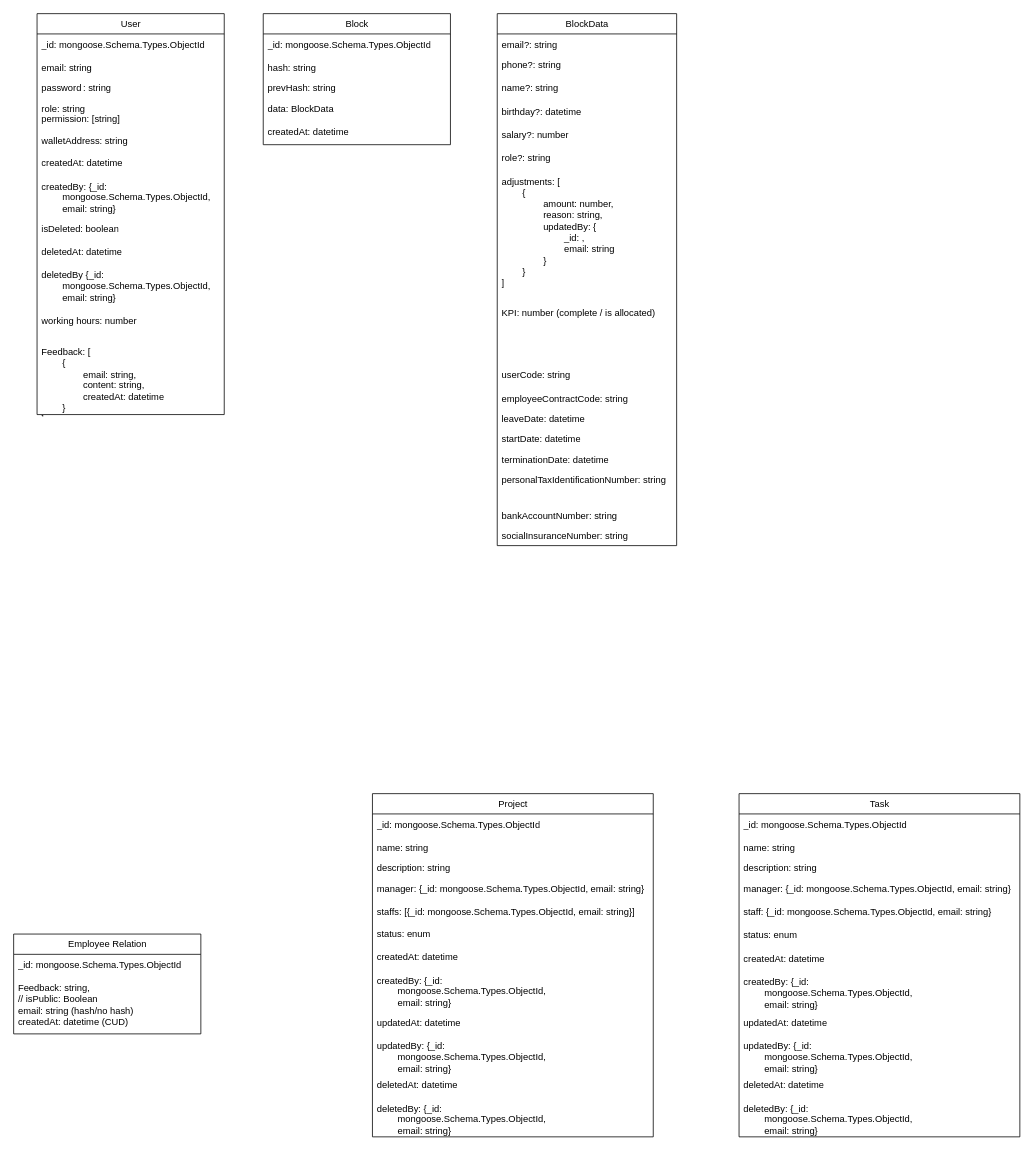
Before: Models/database-model.drawio in trandinh0506/CoreChainServer, a draw.io diagram. Source tidied: cells renumbered, new cells numbered last; positions are measured from the earlier drawing's top-left corner, leaving out a move shared by most shapes. Both pictures are drawn from the tidied source at 78%, with x=0, y=0 at pixel (13, 13).
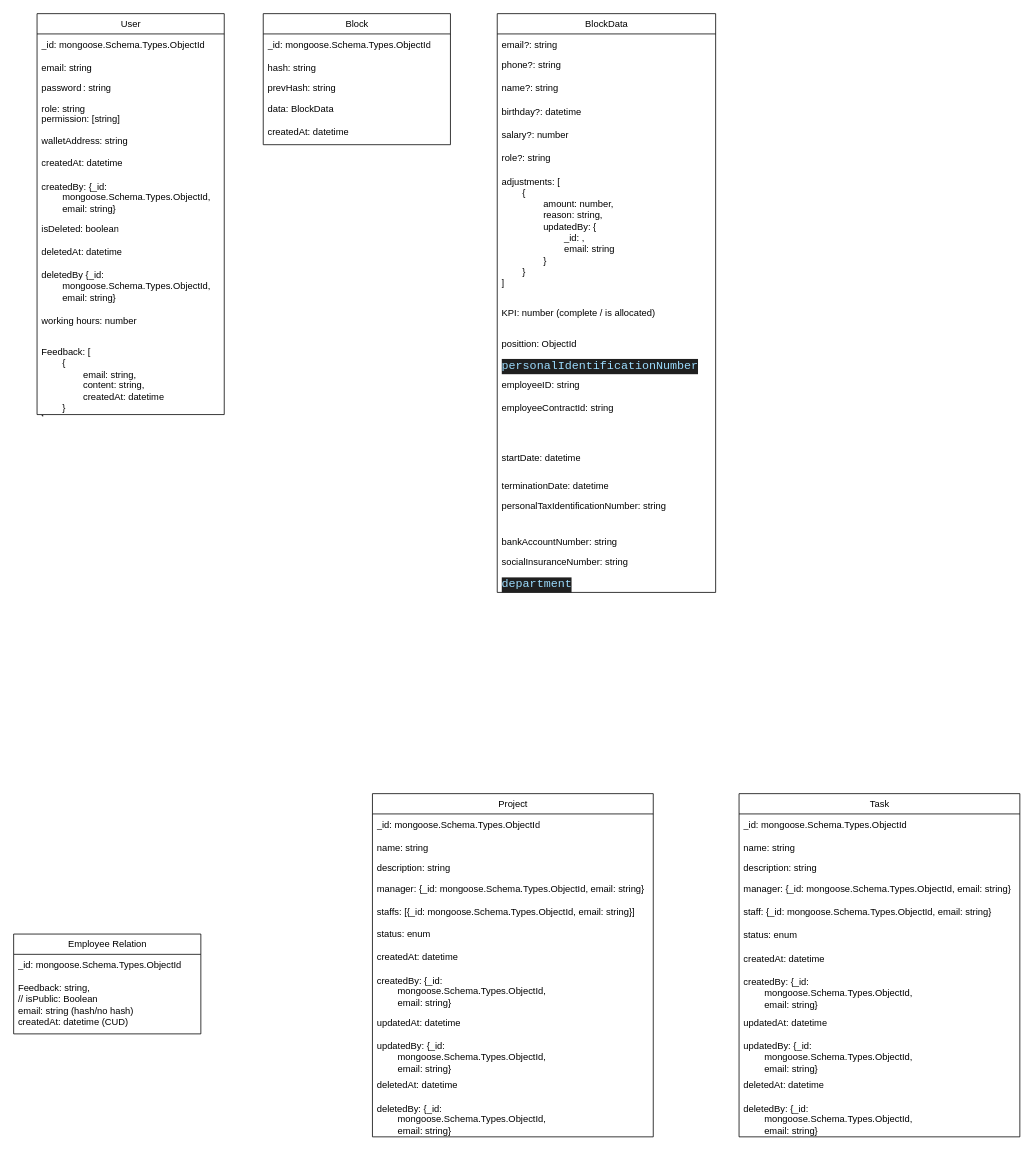
The same diagram, later.

Change to the diagram source:
```diff
@@
     <mxCell id="20" value="BlockData" style="swimlane;fontStyle=0;horizontal=1;startSize=26;fillColor=none;html=1;" parent="1" vertex="1">
-      <mxGeometry x="620" width="230" height="682" as="geometry" />
+      <mxGeometry x="620" width="280" height="742" as="geometry" />
     </mxCell>
     <mxCell id="21" value="email?: string" style="text;strokeColor=none;fillColor=none;align=left;verticalAlign=top;spacingLeft=4;spacingRight=4;overflow=hidden;whiteSpace=wrap;html=1;" parent="20" vertex="1">
-      <mxGeometry y="26" width="230" height="26" as="geometry" />
+      <mxGeometry y="26" width="280" height="26" as="geometry" />
     </mxCell>
     <mxCell id="22" value="phone?: string" style="text;strokeColor=none;fillColor=none;spacingLeft=4;spacingRight=4;overflow=hidden;fontSize=12;whiteSpace=wrap;html=1;" parent="20" vertex="1">
-      <mxGeometry y="52" width="230" height="30" as="geometry" />
+      <mxGeometry y="52" width="280" height="30" as="geometry" />
     </mxCell>
     <mxCell id="23" value="name?: string" style="text;strokeColor=none;fillColor=none;spacingLeft=4;spacingRight=4;overflow=hidden;fontSize=12;whiteSpace=wrap;html=1;" parent="20" vertex="1">
-      <mxGeometry y="82" width="230" height="30" as="geometry" />
+      <mxGeometry y="82" width="280" height="30" as="geometry" />
     </mxCell>
     <mxCell id="24" value="birthday?: datetime" style="text;strokeColor=none;fillColor=none;spacingLeft=4;spacingRight=4;overflow=hidden;fontSize=12;whiteSpace=wrap;html=1;" parent="20" vertex="1">
-      <mxGeometry y="112" width="230" height="30" as="geometry" />
+      <mxGeometry y="112" width="280" height="30" as="geometry" />
     </mxCell>
     <mxCell id="25" value="salary?: number" style="text;strokeColor=none;fillColor=none;spacingLeft=4;spacingRight=4;overflow=hidden;fontSize=12;whiteSpace=wrap;html=1;" parent="20" vertex="1">
-      <mxGeometry y="142" width="230" height="30" as="geometry" />
+      <mxGeometry y="142" width="280" height="30" as="geometry" />
     </mxCell>
     <mxCell id="26" value="role?: string" style="text;strokeColor=none;fillColor=none;spacingLeft=4;spacingRight=4;overflow=hidden;fontSize=12;whiteSpace=wrap;html=1;" parent="20" vertex="1">
-      <mxGeometry y="172" width="230" height="30" as="geometry" />
+      <mxGeometry y="172" width="280" height="30" as="geometry" />
     </mxCell>
     <mxCell id="27" value="&lt;div&gt;&lt;span&gt;adjustments: [&lt;/span&gt;&lt;/div&gt;&lt;div&gt;&lt;span&gt;&lt;span style=&quot;white-space: pre;&quot;&gt;&#9;&lt;/span&gt;{&lt;/span&gt;&lt;/div&gt;&lt;div&gt;&lt;span&gt;&lt;span style=&quot;white-space: pre;&quot;&gt;&#9;&lt;span style=&quot;white-space: pre;&quot;&gt;&#9;&lt;/span&gt;&lt;/span&gt;amount: number,&lt;br&gt;&lt;/span&gt;&lt;/div&gt;&lt;div&gt;&lt;span&gt;&lt;span style=&quot;white-space: pre;&quot;&gt;&#9;&lt;span style=&quot;white-space: pre;&quot;&gt;&#9;&lt;/span&gt;&lt;/span&gt;reason: string,&lt;br&gt;&lt;/span&gt;&lt;/div&gt;&lt;div&gt;&lt;span&gt;&lt;span style=&quot;white-space: pre;&quot;&gt;&#9;&lt;span style=&quot;white-space: pre;&quot;&gt;&#9;&lt;/span&gt;&lt;/span&gt;updatedBy:&amp;nbsp;&lt;/span&gt;&lt;span style=&quot;background-color: transparent; color: light-dark(rgb(0, 0, 0), rgb(255, 255, 255));&quot;&gt;{&lt;/span&gt;&lt;/div&gt;&lt;div&gt;&lt;span&gt;&lt;span style=&quot;white-space: pre;&quot;&gt;&#9;&lt;/span&gt;&lt;span style=&quot;white-space: pre;&quot;&gt;&#9;&lt;span style=&quot;white-space: pre;&quot;&gt;&#9;&lt;/span&gt;&lt;/span&gt;_id: ,&lt;br&gt;&lt;/span&gt;&lt;/div&gt;&lt;div&gt;&lt;span&gt;&lt;span style=&quot;white-space: pre;&quot;&gt;&#9;&lt;/span&gt;&lt;span style=&quot;white-space: pre;&quot;&gt;&#9;&lt;span style=&quot;white-space: pre;&quot;&gt;&#9;&lt;/span&gt;&lt;/span&gt;email: string&lt;/span&gt;&lt;/div&gt;&lt;div&gt;&lt;span&gt;&lt;span style=&quot;white-space: pre;&quot;&gt;&#9;&lt;span style=&quot;white-space: pre;&quot;&gt;&#9;&lt;/span&gt;&lt;/span&gt;}&lt;/span&gt;&lt;/div&gt;&lt;div&gt;&lt;span&gt;&lt;span style=&quot;white-space: pre;&quot;&gt;&#9;&lt;/span&gt;}&lt;br&gt;&lt;/span&gt;&lt;/div&gt;&lt;div&gt;]&lt;/div&gt;" style="text;strokeColor=none;fillColor=none;align=left;verticalAlign=top;spacingLeft=4;spacingRight=4;overflow=hidden;whiteSpace=wrap;html=1;" parent="20" vertex="1">
-      <mxGeometry y="202" width="230" height="168" as="geometry" />
+      <mxGeometry y="202" width="280" height="168" as="geometry" />
     </mxCell>
     <mxCell id="28" value="KPI: number (complete / is allocated)" style="text;strokeColor=none;fillColor=none;align=left;verticalAlign=top;spacingLeft=4;spacingRight=4;overflow=hidden;whiteSpace=wrap;html=1;" parent="20" vertex="1">
-      <mxGeometry y="370" width="230" height="80" as="geometry" />
+      <mxGeometry y="370" width="280" height="40" as="geometry" />
     </mxCell>
+    <mxCell id="66" value="posittion: ObjectId" style="text;strokeColor=none;fillColor=none;align=left;verticalAlign=top;spacingLeft=4;spacingRight=4;overflow=hidden;whiteSpace=wrap;html=1;" parent="20" vertex="1">
+      <mxGeometry y="410" width="280" height="26" as="geometry" />
+    </mxCell>
+    <mxCell id="67" value="&lt;div style=&quot;color: rgb(204, 204, 204); background-color: rgb(31, 31, 31); font-family: Consolas, &amp;quot;Courier New&amp;quot;, monospace; font-size: 15px; line-height: 20px; white-space: pre;&quot;&gt;&lt;span style=&quot;color: #9cdcfe;&quot;&gt;personalIdentificationNumber&lt;/span&gt;&lt;/div&gt;" style="text;strokeColor=none;fillColor=none;align=left;verticalAlign=top;spacingLeft=4;spacingRight=4;overflow=hidden;whiteSpace=wrap;html=1;" parent="20" vertex="1">
+      <mxGeometry y="436" width="280" height="26" as="geometry" />
+    </mxCell>
-    <mxCell id="29" value="userCode: string&lt;div&gt;&lt;br&gt;&lt;/div&gt;" style="text;strokeColor=none;fillColor=none;align=left;verticalAlign=top;spacingLeft=4;spacingRight=4;overflow=hidden;whiteSpace=wrap;html=1;" parent="20" vertex="1">
-      <mxGeometry y="450" width="230" height="30" as="geometry" />
+    <mxCell id="29" value="employeeID: string&lt;div&gt;&lt;br&gt;&lt;/div&gt;&lt;div&gt;&lt;br&gt;&lt;/div&gt;" style="text;strokeColor=none;fillColor=none;align=left;verticalAlign=top;spacingLeft=4;spacingRight=4;overflow=hidden;whiteSpace=wrap;html=1;" parent="20" vertex="1">
+      <mxGeometry y="462" width="280" height="30" as="geometry" />
     </mxCell>
-    <mxCell id="30" value="employeeContractCode: string" style="text;strokeColor=none;fillColor=none;align=left;verticalAlign=top;spacingLeft=4;spacingRight=4;overflow=hidden;whiteSpace=wrap;html=1;" parent="20" vertex="1">
-      <mxGeometry y="480" width="230" height="26" as="geometry" />
+    <mxCell id="30" value="employeeContractId: string" style="text;strokeColor=none;fillColor=none;align=left;verticalAlign=top;spacingLeft=4;spacingRight=4;overflow=hidden;whiteSpace=wrap;html=1;" parent="20" vertex="1">
+      <mxGeometry y="492" width="280" height="26" as="geometry" />
     </mxCell>
-    <mxCell id="31" value="leaveDate: datetime&lt;div&gt;&lt;br&gt;&lt;/div&gt;" style="text;strokeColor=none;fillColor=none;align=left;verticalAlign=top;spacingLeft=4;spacingRight=4;overflow=hidden;whiteSpace=wrap;html=1;" parent="20" vertex="1">
-      <mxGeometry y="506" width="230" height="26" as="geometry" />
+    <mxCell id="31" value="&lt;div&gt;&lt;br&gt;&lt;/div&gt;" style="text;strokeColor=none;fillColor=none;align=left;verticalAlign=top;spacingLeft=4;spacingRight=4;overflow=hidden;whiteSpace=wrap;html=1;" parent="20" vertex="1">
+      <mxGeometry y="518" width="280" height="38" as="geometry" />
     </mxCell>
     <mxCell id="32" value="startDate: datetime&lt;div&gt;&lt;br&gt;&lt;/div&gt;" style="text;strokeColor=none;fillColor=none;align=left;verticalAlign=top;spacingLeft=4;spacingRight=4;overflow=hidden;whiteSpace=wrap;html=1;" parent="20" vertex="1">
-      <mxGeometry y="532" width="230" height="26" as="geometry" />
+      <mxGeometry y="556" width="280" height="36" as="geometry" />
     </mxCell>
     <mxCell id="33" value="terminationDate: datetime" style="text;strokeColor=none;fillColor=none;align=left;verticalAlign=top;spacingLeft=4;spacingRight=4;overflow=hidden;whiteSpace=wrap;html=1;" parent="20" vertex="1">
-      <mxGeometry y="558" width="230" height="26" as="geometry" />
+      <mxGeometry y="592" width="280" height="26" as="geometry" />
     </mxCell>
     <mxCell id="34" value="personalTaxIdentificationNumber: string&lt;div&gt;&lt;br/&gt;&lt;/div&gt;" style="text;strokeColor=none;fillColor=none;align=left;verticalAlign=top;spacingLeft=4;spacingRight=4;overflow=hidden;whiteSpace=wrap;html=1;" parent="20" vertex="1">
-      <mxGeometry y="584" width="230" height="46" as="geometry" />
+      <mxGeometry y="618" width="280" height="46" as="geometry" />
     </mxCell>
     <mxCell id="35" value="bankAccountNumber: string" style="text;strokeColor=none;fillColor=none;align=left;verticalAlign=top;spacingLeft=4;spacingRight=4;overflow=hidden;whiteSpace=wrap;html=1;" parent="20" vertex="1">
-      <mxGeometry y="630" width="230" height="26" as="geometry" />
+      <mxGeometry y="664" width="280" height="26" as="geometry" />
     </mxCell>
     <mxCell id="36" value="socialInsuranceNumber: string" style="text;strokeColor=none;fillColor=none;align=left;verticalAlign=top;spacingLeft=4;spacingRight=4;overflow=hidden;whiteSpace=wrap;html=1;" parent="20" vertex="1">
-      <mxGeometry y="656" width="230" height="26" as="geometry" />
+      <mxGeometry y="690" width="280" height="26" as="geometry" />
     </mxCell>
+    <mxCell id="68" value="&lt;div style=&quot;color: rgb(204, 204, 204); background-color: rgb(31, 31, 31); font-family: Consolas, &amp;quot;Courier New&amp;quot;, monospace; font-size: 15px; line-height: 20px; white-space: pre;&quot;&gt;&lt;span style=&quot;color: #9cdcfe;&quot;&gt;department&lt;/span&gt;&lt;/div&gt;" style="text;strokeColor=none;fillColor=none;align=left;verticalAlign=top;spacingLeft=4;spacingRight=4;overflow=hidden;whiteSpace=wrap;html=1;" parent="20" vertex="1">
+      <mxGeometry y="716" width="280" height="26" as="geometry" />
+    </mxCell>
```
